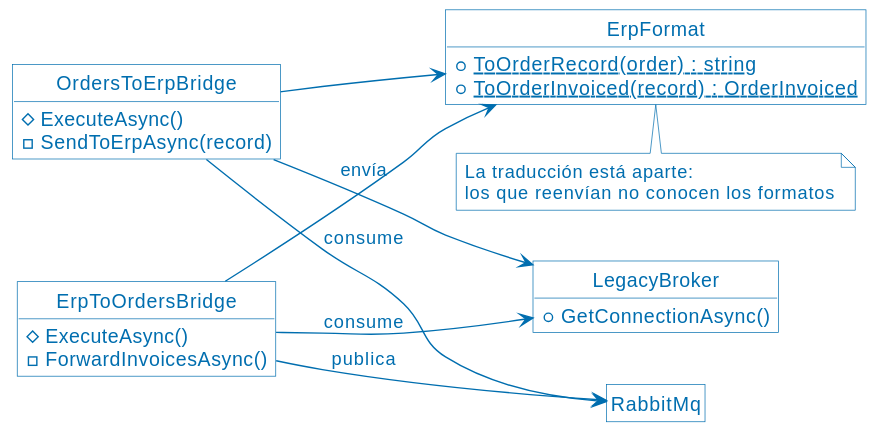
Before: assets/25-messaging-bridge-clases.svg, a diagram exported from PlantUML (ucudal/ANDIS2_UT4_DEMO1). Source of this version:
```plantuml
@startuml
!include PlantUML.style
hide empty members
hide circle
left to right direction
class OrdersToErpBridge {
  #ExecuteAsync()
  -SendToErpAsync(record)
}
class ErpToOrdersBridge {
  #ExecuteAsync()
  -ForwardInvoicesAsync()
}
class ErpFormat {
  {static} +ToOrderRecord(order) : string
  {static} +ToOrderInvoiced(record) : OrderInvoiced
}
class LegacyBroker {
  +GetConnectionAsync()
}
class RabbitMq

OrdersToErpBridge --> ErpFormat
ErpToOrdersBridge --> ErpFormat
OrdersToErpBridge --> RabbitMq : consume
OrdersToErpBridge --> LegacyBroker : envía
ErpToOrdersBridge --> LegacyBroker : consume
ErpToOrdersBridge --> RabbitMq : publica
note bottom of ErpFormat : La traducción está aparte:\nlos que reenvían no conocen los formatos
@enduml
```
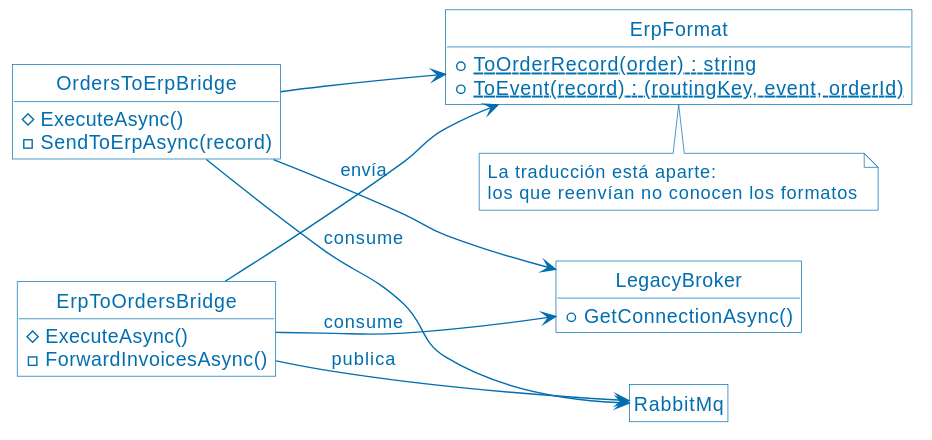
The same diagram one commit later.

Diff of the diagram source:
```diff
@@ -13,7 +13,7 @@
 }
 class ErpFormat {
   {static} +ToOrderRecord(order) : string
-  {static} +ToOrderInvoiced(record) : OrderInvoiced
+  {static} +ToEvent(record) : (routingKey, event, orderId)
 }
 class LegacyBroker {
   +GetConnectionAsync()
```
